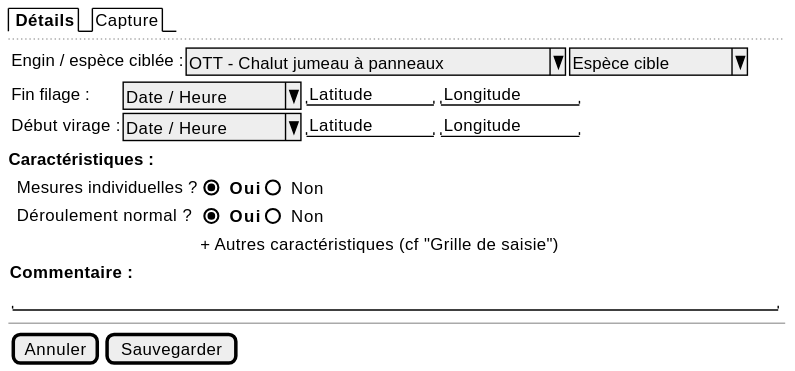
Before: projects/obsmer/spe/images/operation-trawl.svg, a diagram exported from PlantUML (sumaris-net/sumaris-doc). Its source is kept beside it as projects/obsmer/spe/images/operation-trawl.puml.
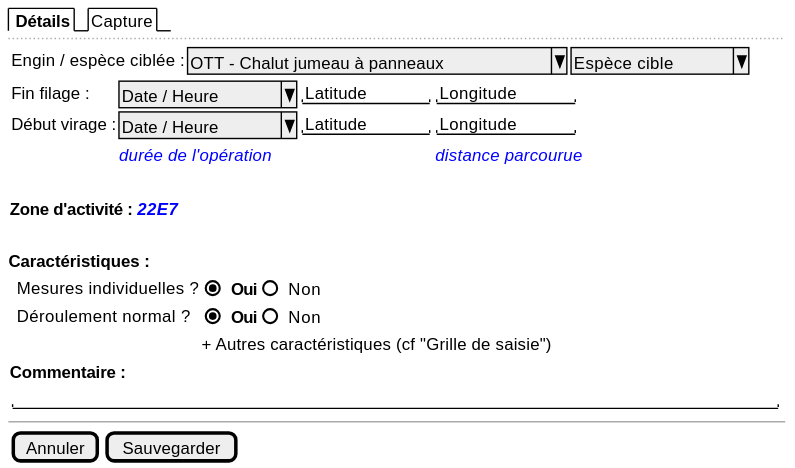
Later version of the same file.

Diff of the diagram source:
```diff
@@ -10,9 +10,14 @@
       {
         Fin filage : | ^ Date / Heure ^ | "Latitude   " | "Longitude   "
         Début virage :   | ^ Date / Heure ^ | "Latitude   " | "Longitude   "
-        . | <i><color:blue>durée de l'opération
+        . | <i><color:blue>durée de l'opération | . | <i><color:blue>distance parcourue
       }
     }
+    .
+    {
+    <b>Zone d'activité : <i><color:blue>22E7
+    }
+    .
 
     <b>Caractéristiques :
 
```
